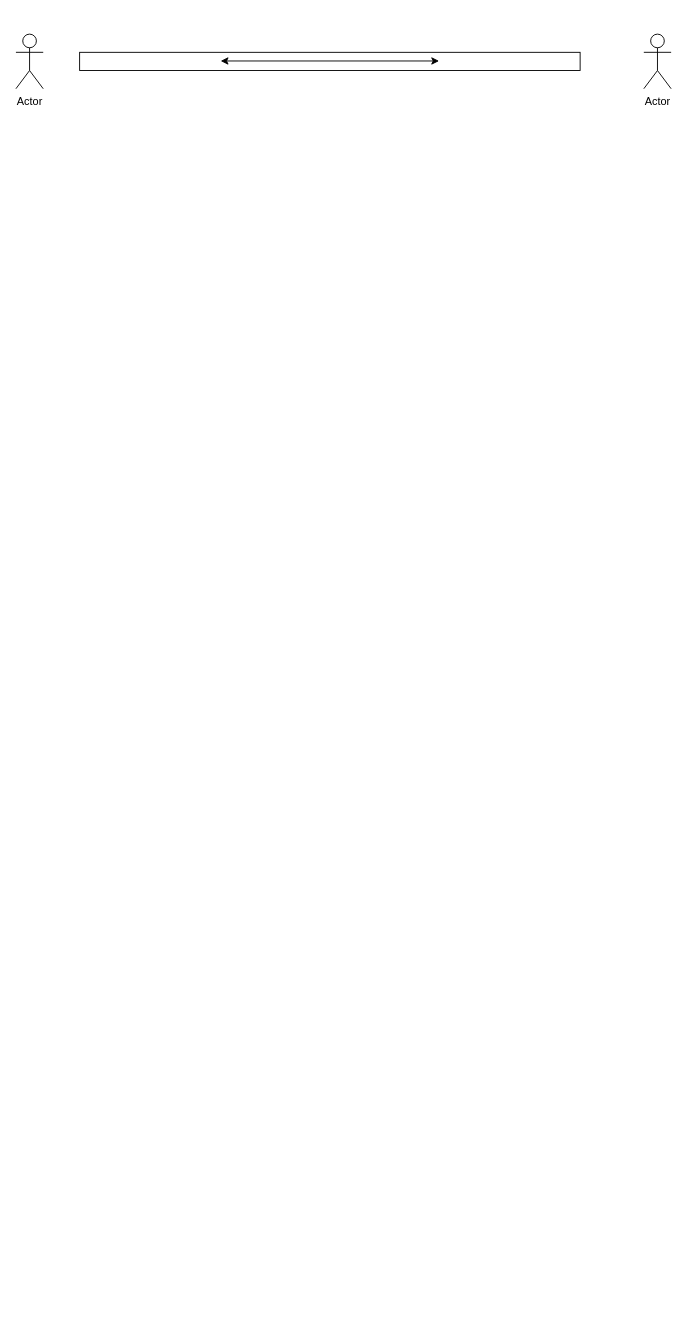
This is 未命名绘图.drawio from qiuyeyijian/Diagram, a draw.io file, before an edit. Source tidied: cells renumbered, new cells numbered last; positions are measured from the earlier drawing's top-left corner, leaving out a move shared by most shapes. Both pictures are drawn from the tidied source at 91%, with x=0, y=0 at pixel (15, 34).
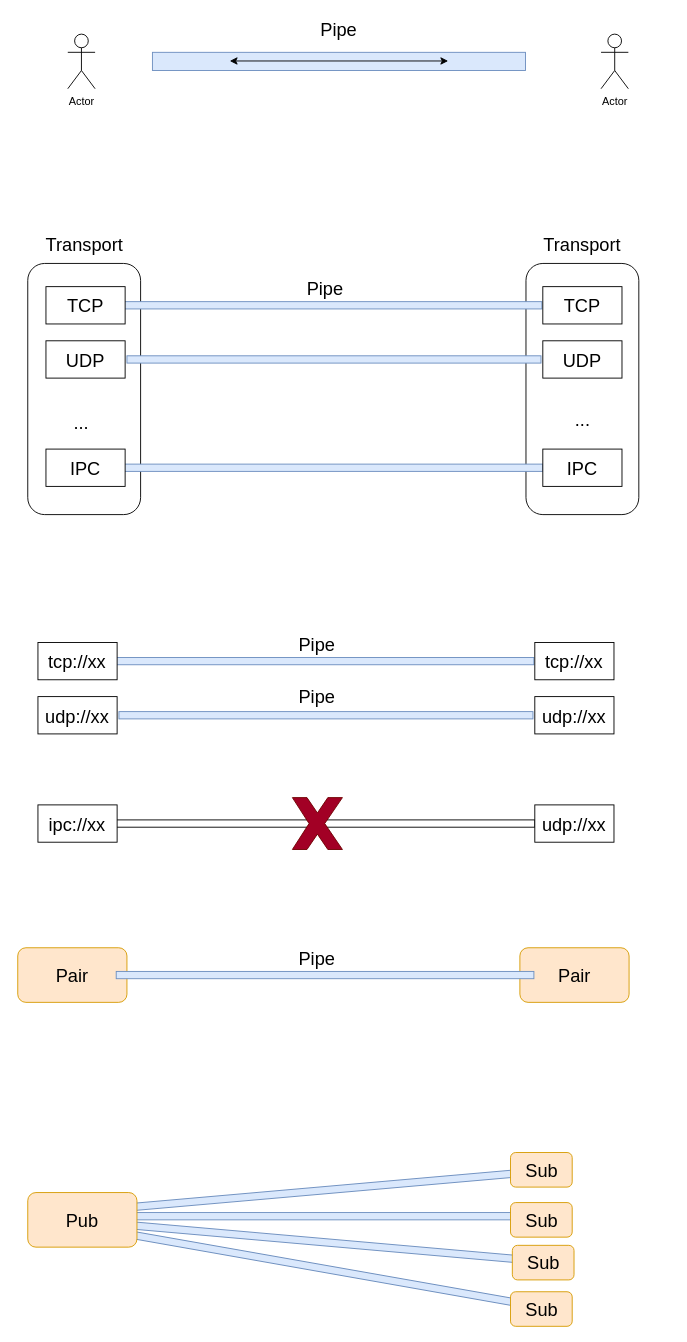
Above is the later version.

Commit message:
更新未命名绘图.drawio

What changed in the source:
```diff
@@
+    <mxCell id="6" value="Pair" style="rounded=1;whiteSpace=wrap;html=1;fillColor=#ffe6cc;strokeColor=#d79b00;fontSize=20;" parent="1" vertex="1">
+      <mxGeometry x="553.8" y="1004" width="120" height="60" as="geometry" />
+    </mxCell>
+    <mxCell id="7" value="Pair" style="rounded=1;whiteSpace=wrap;html=1;fillColor=#ffe6cc;strokeColor=#d79b00;fontSize=20;" parent="1" vertex="1">
+      <mxGeometry x="2" y="1004" width="120" height="60" as="geometry" />
+    </mxCell>
+    <mxCell id="8" style="rounded=1;whiteSpace=wrap;html=1;fontSize=20;" parent="1" vertex="1">
+      <mxGeometry x="560.5" y="252" width="124" height="276" as="geometry" />
+    </mxCell>
+    <mxCell id="9" style="rounded=1;whiteSpace=wrap;html=1;fontSize=20;" parent="1" vertex="1">
+      <mxGeometry x="13" y="252" width="124" height="276" as="geometry" />
+    </mxCell>
-    <mxCell id="2" style="rounded=0;whiteSpace=wrap;html=1;" parent="1" vertex="1">
-      <mxGeometry x="70" y="20" width="550" height="20" as="geometry" />
+    <mxCell id="2" style="rounded=0;whiteSpace=wrap;html=1;fillColor=#dae8fc;strokeColor=#6c8ebf;" parent="1" vertex="1">
+      <mxGeometry x="150" y="20" width="410" height="20" as="geometry" />
     </mxCell>
     <mxCell id="3" style="endArrow=classic;startArrow=classic;html=1;rounded=0;" parent="1" edge="1">
       <mxGeometry relative="1" as="geometry">
-        <mxPoint x="225" y="29.5" as="sourcePoint" />
-        <mxPoint x="465" y="29.5" as="targetPoint" />
+        <mxPoint x="235" y="29.5" as="sourcePoint" />
+        <mxPoint x="475" y="29.5" as="targetPoint" />
       </mxGeometry>
     </mxCell>
     <mxCell id="4" value="Actor" style="shape=umlActor;verticalLabelPosition=bottom;verticalAlign=top;html=1;" parent="1" vertex="1">
-      <mxGeometry width="30" height="60" as="geometry" />
+      <mxGeometry x="57" width="30" height="60" as="geometry" />
     </mxCell>
     <mxCell id="5" value="Actor" style="shape=umlActor;verticalLabelPosition=bottom;verticalAlign=top;html=1;" parent="1" vertex="1">
-      <mxGeometry x="690" width="30" height="60" as="geometry" />
+      <mxGeometry x="643" width="30" height="60" as="geometry" />
     </mxCell>
+    <mxCell id="10" value="Pipe" style="text;html=1;strokeColor=none;fillColor=none;align=center;verticalAlign=middle;whiteSpace=wrap;rounded=0;fontSize=20;" parent="1" vertex="1">
+      <mxGeometry x="325" y="-20" width="60" height="30" as="geometry" />
+    </mxCell>
+    <mxCell id="11" style="rounded=0;whiteSpace=wrap;html=1;fillColor=#dae8fc;strokeColor=#6c8ebf;" parent="1" vertex="1">
+      <mxGeometry x="119" y="294" width="459" height="8" as="geometry" />
+    </mxCell>
+    <mxCell id="12" value="TCP" style="rounded=0;whiteSpace=wrap;html=1;fontSize=20;" parent="1" vertex="1">
+      <mxGeometry x="33" y="277.5" width="87" height="41" as="geometry" />
+    </mxCell>
+    <mxCell id="13" value="TCP" style="rounded=0;whiteSpace=wrap;html=1;fontSize=20;" parent="1" vertex="1">
+      <mxGeometry x="579" y="277.5" width="87" height="41" as="geometry" />
+    </mxCell>
+    <mxCell id="14" style="rounded=0;whiteSpace=wrap;html=1;fillColor=#dae8fc;strokeColor=#6c8ebf;" parent="1" vertex="1">
+      <mxGeometry x="122" y="353.5" width="455" height="8" as="geometry" />
+    </mxCell>
+    <mxCell id="15" value="UDP" style="rounded=0;whiteSpace=wrap;html=1;fontSize=20;" parent="1" vertex="1">
+      <mxGeometry x="33" y="337" width="87" height="41" as="geometry" />
+    </mxCell>
+    <mxCell id="16" value="UDP" style="rounded=0;whiteSpace=wrap;html=1;fontSize=20;" parent="1" vertex="1">
+      <mxGeometry x="579" y="337" width="87" height="41" as="geometry" />
+    </mxCell>
+    <mxCell id="17" style="rounded=0;whiteSpace=wrap;html=1;fillColor=#dae8fc;strokeColor=#6c8ebf;" parent="1" vertex="1">
+      <mxGeometry x="113" y="472.5" width="466" height="8" as="geometry" />
+    </mxCell>
+    <mxCell id="18" value="IPC" style="rounded=0;whiteSpace=wrap;html=1;fontSize=20;" parent="1" vertex="1">
+      <mxGeometry x="33" y="456" width="87" height="41" as="geometry" />
+    </mxCell>
+    <mxCell id="19" value="IPC" style="rounded=0;whiteSpace=wrap;html=1;fontSize=20;" parent="1" vertex="1">
+      <mxGeometry x="579" y="456" width="87" height="41" as="geometry" />
+    </mxCell>
+    <mxCell id="20" value="..." style="text;html=1;strokeColor=none;fillColor=none;align=center;verticalAlign=middle;whiteSpace=wrap;rounded=0;fontSize=20;" parent="1" vertex="1">
+      <mxGeometry x="42" y="411" width="60" height="30" as="geometry" />
+    </mxCell>
+    <mxCell id="21" value="..." style="text;html=1;strokeColor=none;fillColor=none;align=center;verticalAlign=middle;whiteSpace=wrap;rounded=0;fontSize=20;" parent="1" vertex="1">
+      <mxGeometry x="592.5" y="408" width="60" height="30" as="geometry" />
+    </mxCell>
+    <mxCell id="22" value="Transport" style="text;html=1;strokeColor=none;fillColor=none;align=center;verticalAlign=middle;whiteSpace=wrap;rounded=0;fontSize=20;" parent="1" vertex="1">
+      <mxGeometry x="18.5" y="218" width="113" height="26" as="geometry" />
+    </mxCell>
+    <mxCell id="23" value="Transport" style="text;html=1;strokeColor=none;fillColor=none;align=center;verticalAlign=middle;whiteSpace=wrap;rounded=0;fontSize=20;" parent="1" vertex="1">
+      <mxGeometry x="566" y="218" width="113" height="26" as="geometry" />
+    </mxCell>
+    <mxCell id="24" value="Pipe" style="text;html=1;strokeColor=none;fillColor=none;align=center;verticalAlign=middle;whiteSpace=wrap;rounded=0;fontSize=20;" parent="1" vertex="1">
+      <mxGeometry x="310" y="264" width="60" height="30" as="geometry" />
+    </mxCell>
+    <mxCell id="25" style="rounded=0;whiteSpace=wrap;html=1;fillColor=#dae8fc;strokeColor=#6c8ebf;" parent="1" vertex="1">
+      <mxGeometry x="110.2" y="685" width="459" height="8" as="geometry" />
+    </mxCell>
+    <mxCell id="26" value="tcp://xx" style="rounded=0;whiteSpace=wrap;html=1;fontSize=20;" parent="1" vertex="1">
+      <mxGeometry x="24.2" y="668.5" width="87" height="41" as="geometry" />
+    </mxCell>
+    <mxCell id="27" value="tcp://xx" style="rounded=0;whiteSpace=wrap;html=1;fontSize=20;" parent="1" vertex="1">
+      <mxGeometry x="570.2" y="668.5" width="87" height="41" as="geometry" />
+    </mxCell>
+    <mxCell id="28" style="rounded=0;whiteSpace=wrap;html=1;fillColor=#dae8fc;strokeColor=#6c8ebf;" parent="1" vertex="1">
+      <mxGeometry x="113.2" y="744.5" width="455" height="8" as="geometry" />
+    </mxCell>
+    <mxCell id="29" value="udp://xx" style="rounded=0;whiteSpace=wrap;html=1;fontSize=20;" parent="1" vertex="1">
+      <mxGeometry x="24.2" y="728" width="87" height="41" as="geometry" />
+    </mxCell>
+    <mxCell id="30" value="udp://xx" style="rounded=0;whiteSpace=wrap;html=1;fontSize=20;" parent="1" vertex="1">
+      <mxGeometry x="570.2" y="728" width="87" height="41" as="geometry" />
+    </mxCell>
+    <mxCell id="31" style="rounded=0;whiteSpace=wrap;html=1;" parent="1" vertex="1">
+      <mxGeometry x="104.2" y="863.5" width="466" height="8" as="geometry" />
+    </mxCell>
+    <mxCell id="32" value="ipc://xx" style="rounded=0;whiteSpace=wrap;html=1;fontSize=20;" parent="1" vertex="1">
+      <mxGeometry x="24.2" y="847" width="87" height="41" as="geometry" />
+    </mxCell>
+    <mxCell id="33" value="udp://xx" style="rounded=0;whiteSpace=wrap;html=1;fontSize=20;" parent="1" vertex="1">
+      <mxGeometry x="570.2" y="847" width="87" height="41" as="geometry" />
+    </mxCell>
+    <mxCell id="34" value="Pipe" style="text;html=1;strokeColor=none;fillColor=none;align=center;verticalAlign=middle;whiteSpace=wrap;rounded=0;fontSize=20;" parent="1" vertex="1">
+      <mxGeometry x="301.2" y="655" width="60" height="30" as="geometry" />
+    </mxCell>
+    <mxCell id="35" style="verticalLabelPosition=bottom;verticalAlign=top;html=1;shape=mxgraph.basic.x;fontSize=20;fillColor=#a20025;fontColor=#ffffff;strokeColor=#6F0000;" parent="1" vertex="1">
+      <mxGeometry x="303.8" y="839" width="55" height="57" as="geometry" />
+    </mxCell>
+    <mxCell id="36" value="Pipe" style="text;html=1;strokeColor=none;fillColor=none;align=center;verticalAlign=middle;whiteSpace=wrap;rounded=0;fontSize=20;" parent="1" vertex="1">
+      <mxGeometry x="301.2" y="712" width="60" height="30" as="geometry" />
+    </mxCell>
+    <mxCell id="37" style="rounded=0;whiteSpace=wrap;html=1;fillColor=#dae8fc;strokeColor=#6c8ebf;" parent="1" vertex="1">
+      <mxGeometry x="110.2" y="1030" width="459" height="8" as="geometry" />
+    </mxCell>
+    <mxCell id="38" style="rounded=0;whiteSpace=wrap;html=1;fillColor=#dae8fc;strokeColor=#6c8ebf;rotation=-5;" parent="1" vertex="1">
+      <mxGeometry x="103.2" y="1267" width="458.8" height="8" as="geometry" />
+    </mxCell>
+    <mxCell id="39" value="Pipe" style="text;html=1;strokeColor=none;fillColor=none;align=center;verticalAlign=middle;whiteSpace=wrap;rounded=0;fontSize=20;" parent="1" vertex="1">
+      <mxGeometry x="301.2" y="1000" width="60" height="30" as="geometry" />
+    </mxCell>
+    <mxCell id="40" style="rounded=0;whiteSpace=wrap;html=1;fillColor=#dae8fc;strokeColor=#6c8ebf;" parent="1" vertex="1">
+      <mxGeometry x="102.8" y="1295" width="458.8" height="8" as="geometry" />
+    </mxCell>
+    <mxCell id="41" style="rounded=0;whiteSpace=wrap;html=1;fillColor=#dae8fc;strokeColor=#6c8ebf;rotation=5;" parent="1" vertex="1">
+      <mxGeometry x="102.8" y="1323" width="458.8" height="8" as="geometry" />
+    </mxCell>
+    <mxCell id="42" style="rounded=0;whiteSpace=wrap;html=1;fillColor=#dae8fc;strokeColor=#6c8ebf;rotation=10;" parent="1" vertex="1">
+      <mxGeometry x="99.5" y="1351" width="458.8" height="8" as="geometry" />
+    </mxCell>
+    <mxCell id="43" value="Pub" style="rounded=1;whiteSpace=wrap;html=1;fillColor=#ffe6cc;strokeColor=#d79b00;fontSize=20;" parent="1" vertex="1">
+      <mxGeometry x="13" y="1273" width="120" height="60" as="geometry" />
+    </mxCell>
+    <mxCell id="44" value="Sub" style="rounded=1;whiteSpace=wrap;html=1;fillColor=#ffe6cc;strokeColor=#d79b00;fontSize=20;" parent="1" vertex="1">
+      <mxGeometry x="543.5" y="1229" width="67.8" height="38" as="geometry" />
+    </mxCell>
+    <mxCell id="45" value="Sub" style="rounded=1;whiteSpace=wrap;html=1;fillColor=#ffe6cc;strokeColor=#d79b00;fontSize=20;" parent="1" vertex="1">
+      <mxGeometry x="543.5" y="1284" width="67.8" height="38" as="geometry" />
+    </mxCell>
+    <mxCell id="46" value="Sub" style="rounded=1;whiteSpace=wrap;html=1;fillColor=#ffe6cc;strokeColor=#d79b00;fontSize=20;" parent="1" vertex="1">
+      <mxGeometry x="545.5" y="1331" width="67.8" height="38" as="geometry" />
+    </mxCell>
+    <mxCell id="47" value="Sub" style="rounded=1;whiteSpace=wrap;html=1;fillColor=#ffe6cc;strokeColor=#d79b00;fontSize=20;" parent="1" vertex="1">
+      <mxGeometry x="543.5" y="1382" width="67.8" height="38" as="geometry" />
+    </mxCell>
```
